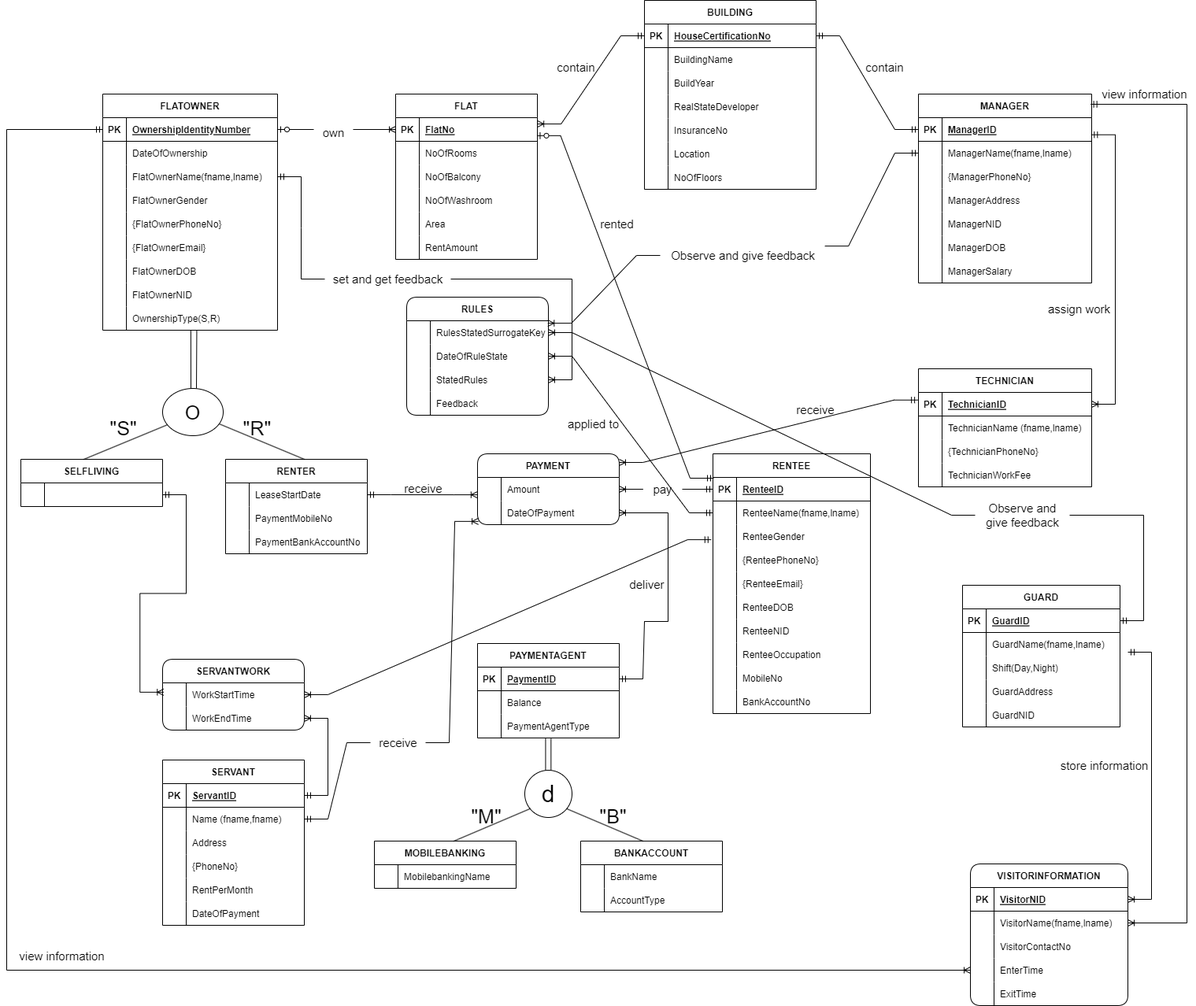
The draw.io diagram Documentation Pictures/EERD.png in toushifhossain1/Residential-Management-and-Monitoring-System, before a commit. Source tidied: cells renumbered, new cells last; positions are measured from the earlier drawing's top-left corner, leaving out a move shared by most shapes.
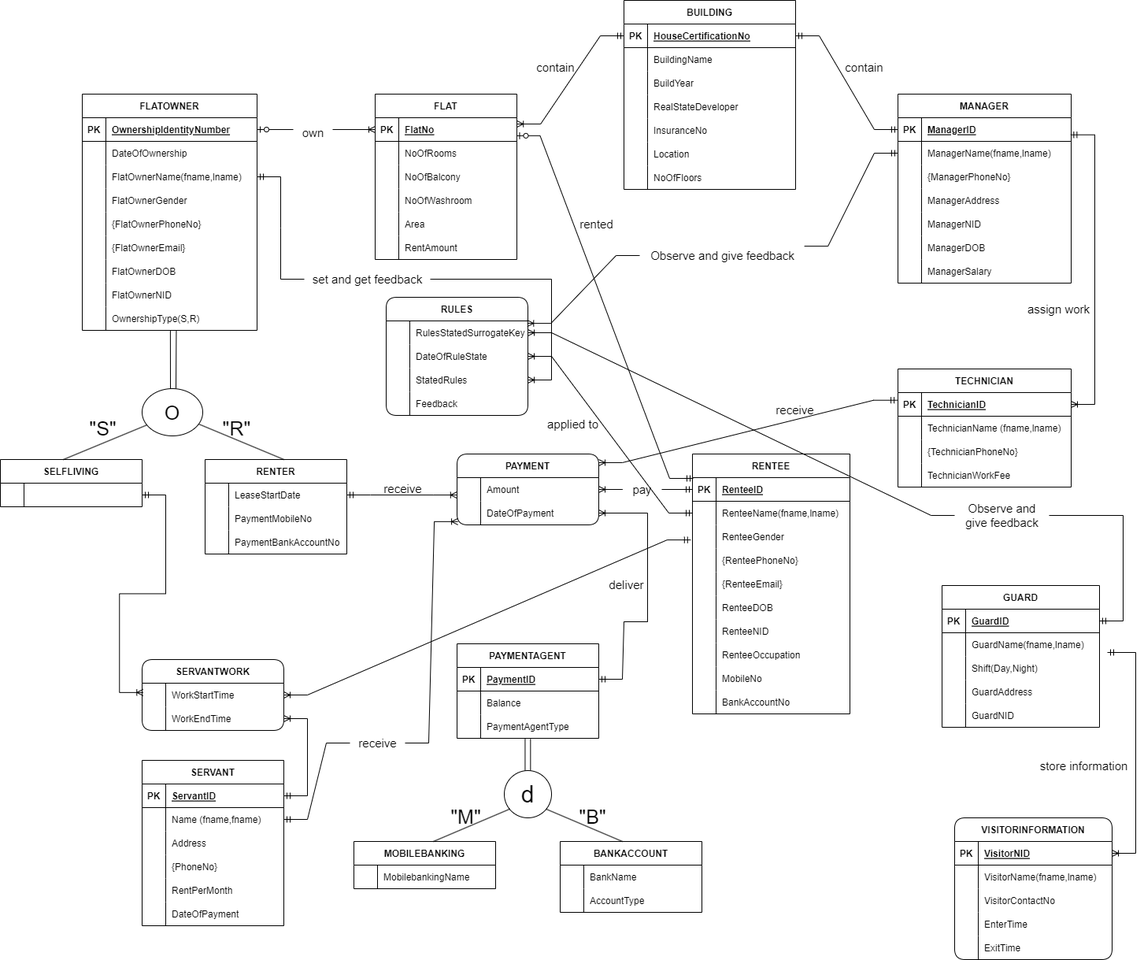
After the change.

What changed in the source:
```diff
@@ -732,7 +732,7 @@
       <mxGeometry relative="1" as="geometry" />
     </mxCell>
     <mxCell id="238" value="VISITORINFORMATION" style="shape=table;startSize=30;rowLines=0;fontStyle=1;align=center;rounded=1;fontSize=12;" parent="1" vertex="1">
-      <mxGeometry x="1224" y="1097" width="200" height="180" as="geometry" />
+      <mxGeometry x="1230" y="1038" width="200" height="180" as="geometry" />
     </mxCell>
     <mxCell id="239" style="shape=tableRow;horizontal=0;startSize=0;swimlaneHead=0;swimlaneBody=0;fillColor=none;points=[[0,0.5],[1,0.5]];portConstraint=eastwest;top=0;left=0;right=0;bottom=1;rounded=0;fontSize=12;" parent="238" vertex="1">
       <mxGeometry y="30" width="200" height="30" as="geometry" />
@@ -779,15 +779,6 @@
     <mxCell id="253" value="ExitTime" style="shape=partialRectangle;fillColor=none;top=0;left=0;bottom=0;right=0;align=left;spacingLeft=6;overflow=hidden;rounded=0;fontSize=12;" parent="251" vertex="1">
       <mxGeometry x="30" width="170" height="30" as="geometry" />
     </mxCell>
-    <mxCell id="254" style="fontSize=12;html=1;endArrow=ERoneToMany;startArrow=ERmandOne;rounded=0;edgeStyle=elbowEdgeStyle;exitX=0;exitY=0.5;exitDx=0;exitDy=0;" parent="1" edge="1" source="80" target="248">
-      <mxGeometry relative="1" as="geometry">
-        <Array as="points">
-          <mxPoint y="769" />
-          <mxPoint x="990" y="1239" />
-          <mxPoint x="450" y="1229" />
-        </Array>
-      </mxGeometry>
-    </mxCell>
     <mxCell id="255" value="&lt;font style=&quot;font-size: 15px;&quot;&gt;store information&lt;/font&gt;" style="text;html=1;align=center;verticalAlign=middle;strokeColor=none;fillColor=none;fontSize=12;" parent="1" vertex="1">
       <mxGeometry x="1324" y="957" width="140" height="30" as="geometry" />
     </mxCell>
@@ -958,19 +949,5 @@
         <mxPoint x="1424" y="828" as="sourcePoint" />
       </mxGeometry>
     </mxCell>
-    <mxCell id="305" value="&lt;font style=&quot;font-size: 15px;&quot;&gt;view information&lt;/font&gt;" style="text;html=1;align=center;verticalAlign=middle;strokeColor=none;fillColor=none;fontSize=12;" parent="1" vertex="1">
-      <mxGeometry x="5" y="1199" width="130" height="30" as="geometry" />
-    </mxCell>
-    <mxCell id="306" style="edgeStyle=orthogonalEdgeStyle;fontSize=12;html=1;endArrow=ERoneToMany;startArrow=ERmandOne;rounded=0;exitX=0.994;exitY=0.054;exitDx=0;exitDy=0;exitPerimeter=0;entryX=1;entryY=0.5;entryDx=0;entryDy=0;" parent="1" edge="1" source="166" target="242">
-      <mxGeometry relative="1" as="geometry">
-        <Array as="points">
-          <mxPoint x="1499" y="132" />
-          <mxPoint x="1499" y="1172" />
-        </Array>
-      </mxGeometry>
-    </mxCell>
-    <mxCell id="307" value="&lt;font style=&quot;font-size: 15px;&quot;&gt;view information&lt;/font&gt;" style="text;html=1;align=center;verticalAlign=middle;strokeColor=none;fillColor=none;fontSize=12;" parent="1" vertex="1">
-      <mxGeometry x="1380" y="104" width="130" height="30" as="geometry" />
-    </mxCell>
   </root>
 </mxGraphModel>
```
